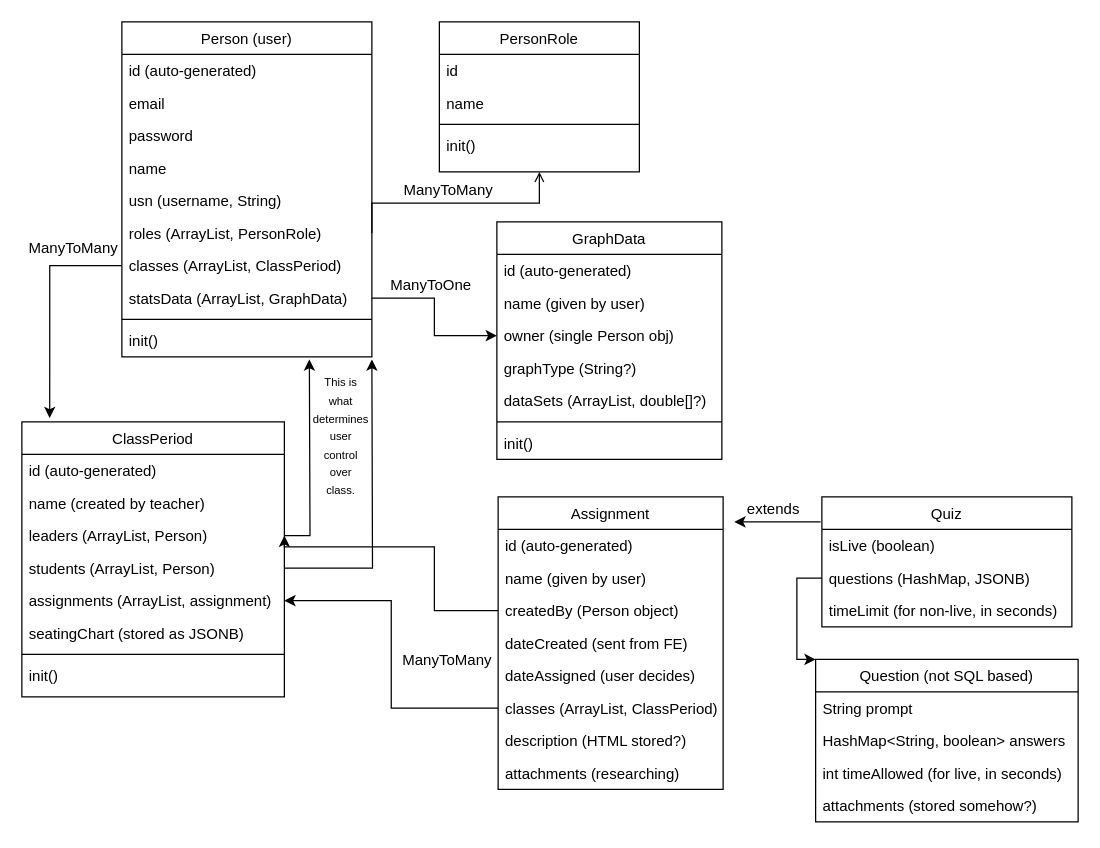
This is assets/updated_functionality.drawio from John-sCC/jcc_frontend, a draw.io file, before an edit. Source tidied: cells renumbered, new cells numbered last; positions are measured from the earlier drawing's top-left corner, leaving out a move shared by most shapes. Both pictures are drawn from the tidied source at 125%, with x=0, y=0 at pixel (21, 21).
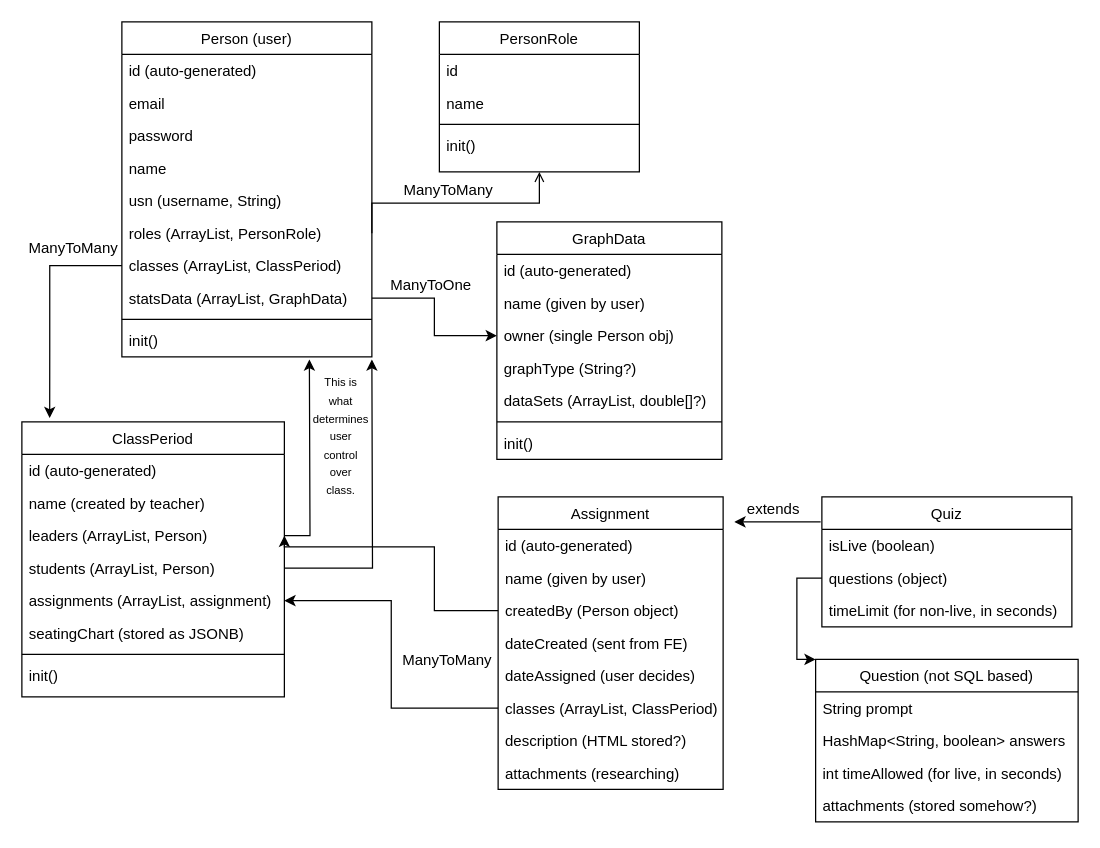
Above is the later version.

Unchanged cells that the change refers to:
```xml
<mxCell id="55" value="Quiz" style="swimlane;fontStyle=0;align=center;verticalAlign=top;horizontal=1;startSize=26;rounded=0;shadow=0;strokeWidth=1;" parent="1" vertex="1">
  <mxGeometry x="640" y="380" width="200" height="104" as="geometry" />
</mxCell>
```

What changed in the source:
```diff
@@
-    <mxCell id="57" value="questions (HashMap, JSONB)" style="text;align=left;verticalAlign=top;spacingLeft=4;spacingRight=4;overflow=hidden;points=[[0,0.5],[1,0.5]];portConstraint=eastwest;" parent="55" vertex="1">
+    <mxCell id="57" value="questions (object)" style="text;align=left;verticalAlign=top;spacingLeft=4;spacingRight=4;overflow=hidden;points=[[0,0.5],[1,0.5]];portConstraint=eastwest;" parent="55" vertex="1">
       <mxGeometry y="52" width="200" height="26" as="geometry" />
     </mxCell>
```
